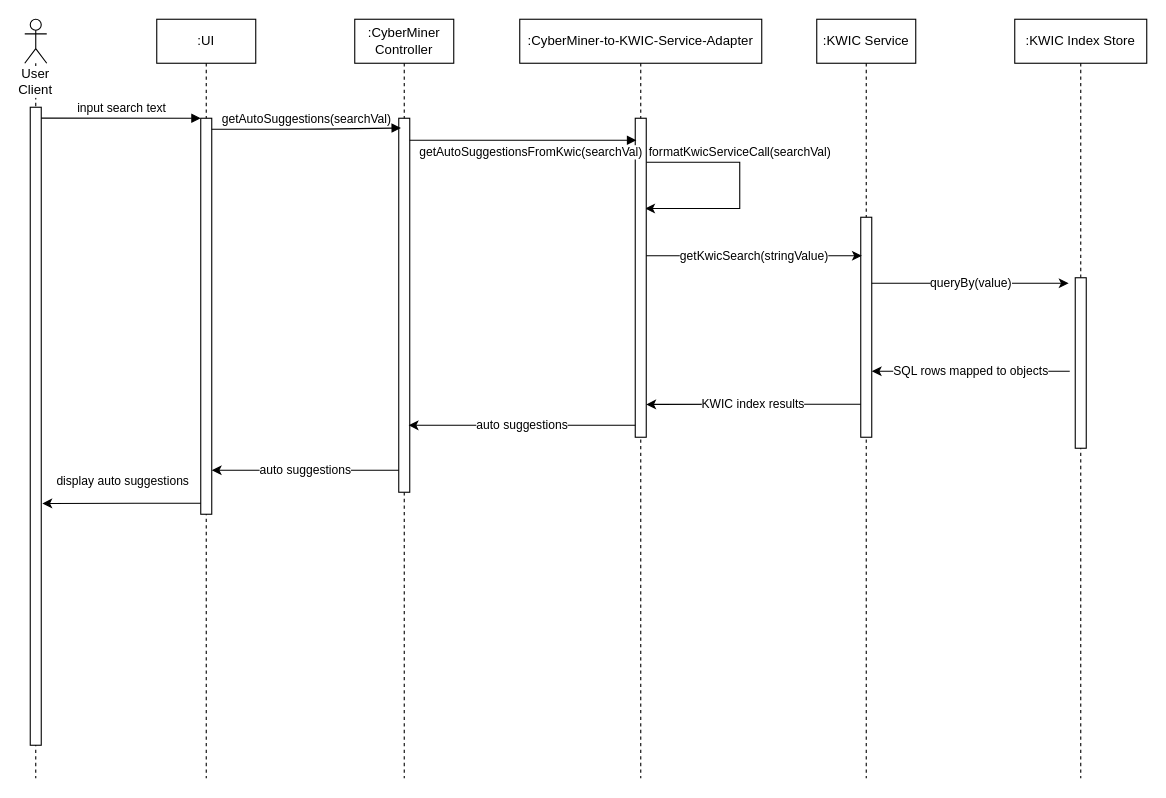
This is To-Do List Builder/cyberminer_sequence_autosuggest.drawio from kntnguyen94/To-Do-List-Builder, a draw.io file, before an edit. Source tidied: cells renumbered, new cells numbered last; positions are measured from the earlier drawing's top-left corner, leaving out a move shared by most shapes. Both pictures are drawn from the tidied source at 110%, with x=0, y=0 at pixel (24, 19).
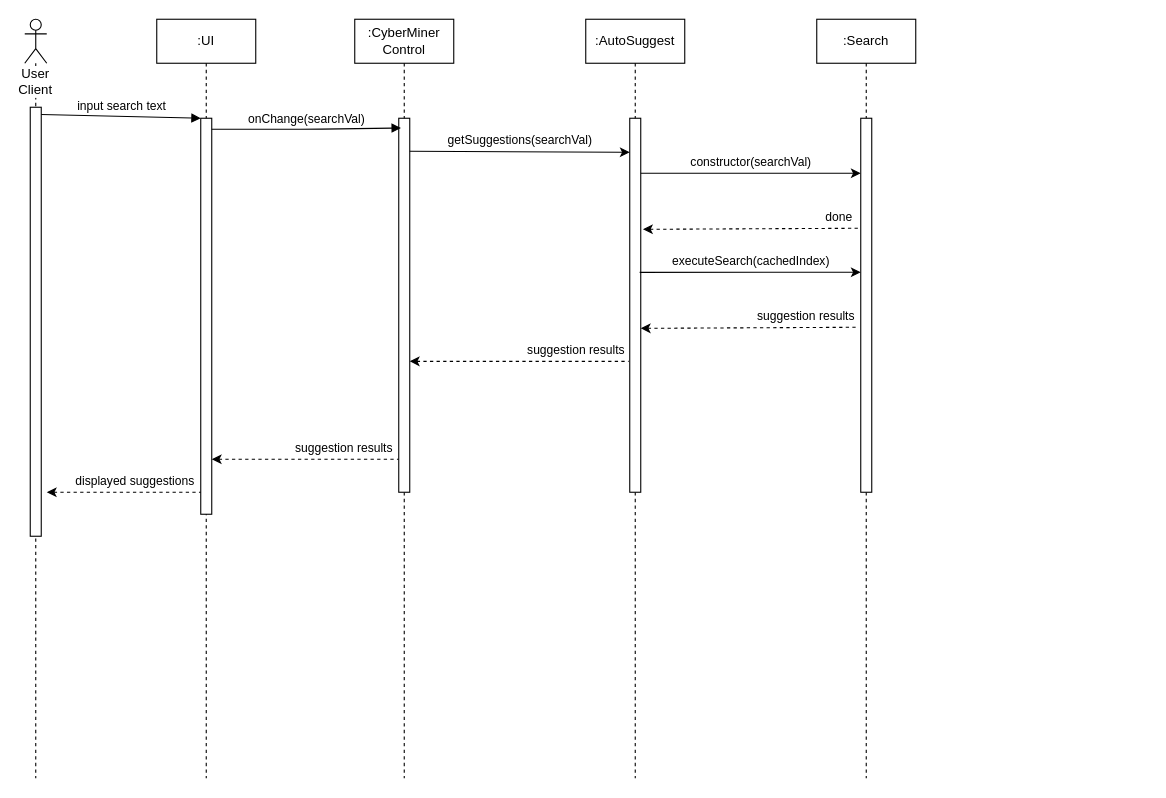
Above is the later version.

Unchanged cells that the change refers to:
```xml
<mxCell id="3" style="html=1;points=[];perimeter=orthogonalPerimeter;" parent="2" vertex="1">
  <mxGeometry x="40" y="90" width="10" height="360" as="geometry" />
</mxCell>
<mxCell id="4" value="User Client" style="shape=umlLifeline;participant=umlActor;perimeter=lifelinePerimeter;whiteSpace=wrap;html=1;verticalAlign=top;spacingTop=36;labelBackgroundColor=#ffffff;" parent="1" vertex="1">
  <mxGeometry width="20" height="690" as="geometry" />
</mxCell>
<mxCell id="8" style="html=1;points=[];perimeter=orthogonalPerimeter;" parent="7" vertex="1">
  <mxGeometry x="40" y="90" width="10" height="340" as="geometry" />
</mxCell>
```

The edit, as a diff of the source:
```diff
@@
     <mxCell id="5" style="html=1;points=[];perimeter=orthogonalPerimeter;" parent="4" vertex="1">
-      <mxGeometry x="5" y="80" width="10" height="580" as="geometry" />
+      <mxGeometry x="5" y="80" width="10" height="390" as="geometry" />
     </mxCell>
@@
-    <mxCell id="7" value=":CyberMiner Controller" style="shape=umlLifeline;perimeter=lifelinePerimeter;whiteSpace=wrap;html=1;" parent="1" vertex="1">
+    <mxCell id="7" value=":CyberMiner Control" style="shape=umlLifeline;perimeter=lifelinePerimeter;whiteSpace=wrap;html=1;" parent="1" vertex="1">
       <mxGeometry x="300" width="90" height="690" as="geometry" />
     </mxCell>
@@
-    <mxCell id="9" value=":KWIC Service" style="shape=umlLifeline;perimeter=lifelinePerimeter;whiteSpace=wrap;html=1;" parent="1" vertex="1">
-      <mxGeometry x="720" width="90" height="690" as="geometry" />
-    </mxCell>
-    <mxCell id="10" style="html=1;points=[];perimeter=orthogonalPerimeter;" parent="9" vertex="1">
-      <mxGeometry x="40" y="180" width="10" height="200" as="geometry" />
-    </mxCell>
-    <mxCell id="11" value=":KWIC Index Store" style="shape=umlLifeline;perimeter=lifelinePerimeter;whiteSpace=wrap;html=1;" parent="1" vertex="1">
-      <mxGeometry x="900" width="120" height="690" as="geometry" />
-    </mxCell>
-    <mxCell id="12" style="html=1;perimeter=orthogonalPerimeter;" parent="11" vertex="1">
-      <mxGeometry x="55" y="235" width="10" height="155" as="geometry" />
-    </mxCell>
-    <mxCell id="13" value="getAutoSuggestions(searchVal)" style="html=1;verticalAlign=bottom;endArrow=block;entryX=0.2;entryY=0.026;entryDx=0;entryDy=0;entryPerimeter=0;" parent="1" edge="1" source="3" target="8">
+    <mxCell id="13" value="onChange(searchVal)" style="html=1;verticalAlign=bottom;endArrow=block;entryX=0.2;entryY=0.026;entryDx=0;entryDy=0;entryPerimeter=0;" parent="1" edge="1" source="3" target="8">
       <mxGeometry relative="1" as="geometry">
         <Array as="points">
           <mxPoint x="260" y="100" />
         </Array>
       </mxGeometry>
     </mxCell>
-    <mxCell id="14" value=":CyberMiner-to-KWIC-Service-Adapter" style="shape=umlLifeline;perimeter=lifelinePerimeter;whiteSpace=wrap;html=1;" parent="1" vertex="1">
-      <mxGeometry x="450" width="220" height="690" as="geometry" />
-    </mxCell>
-    <mxCell id="15" value="formatKwicServiceCall(searchVal)" style="edgeStyle=orthogonalEdgeStyle;rounded=0;orthogonalLoop=1;jettySize=auto;html=1;entryX=0.9;entryY=0.283;entryDx=0;entryDy=0;entryPerimeter=0;" parent="14" edge="1" source="16" target="16">
-      <mxGeometry x="-0.19" y="10" relative="1" as="geometry">
-        <Array as="points">
-          <mxPoint x="200" y="130" />
-          <mxPoint x="200" y="172" />
-        </Array>
-        <mxPoint x="-10" y="-10" as="offset" />
-      </mxGeometry>
-    </mxCell>
-    <mxCell id="16" style="html=1;points=[];perimeter=orthogonalPerimeter;" parent="14" vertex="1">
-      <mxGeometry x="105" y="90" width="10" height="290" as="geometry" />
-    </mxCell>
-    <mxCell id="17" value="getAutoSuggestionsFromKwic(searchVal)" style="html=1;verticalAlign=bottom;endArrow=block;entryX=0.1;entryY=0.069;entryDx=0;entryDy=0;entryPerimeter=0;" parent="1" edge="1" target="16">
-      <mxGeometry x="0.07" y="-20" relative="1" as="geometry">
-        <mxPoint x="350" y="110" as="sourcePoint" />
-      </mxGeometry>
-    </mxCell>
-    <mxCell id="18" value="getKwicSearch(stringValue)" style="edgeStyle=orthogonalEdgeStyle;rounded=0;jettySize=auto;html=1;" parent="1" edge="1" source="16">
-      <mxGeometry relative="1" as="geometry">
-        <mxPoint x="761" y="215" as="targetPoint" />
-        <Array as="points">
-          <mxPoint x="761" y="215" />
-        </Array>
-      </mxGeometry>
-    </mxCell>
-    <mxCell id="19" value="queryBy(value)" style="edgeStyle=orthogonalEdgeStyle;rounded=0;jettySize=auto;html=1;" parent="1" edge="1" source="10">
-      <mxGeometry relative="1" as="geometry">
-        <mxPoint x="949" y="240" as="targetPoint" />
-        <Array as="points">
-          <mxPoint x="820" y="240" />
-          <mxPoint x="820" y="240" />
-        </Array>
-      </mxGeometry>
-    </mxCell>
-    <mxCell id="20" value="SQL rows mapped to objects" style="edgeStyle=orthogonalEdgeStyle;rounded=0;orthogonalLoop=1;jettySize=auto;html=1;entryX=1;entryY=0.766;entryDx=0;entryDy=0;entryPerimeter=0;" parent="1" edge="1">
-      <mxGeometry relative="1" as="geometry">
-        <mxPoint x="950" y="320" as="sourcePoint" />
-        <mxPoint x="770" y="320" as="targetPoint" />
-      </mxGeometry>
-    </mxCell>
-    <mxCell id="21" value="KWIC index results" style="edgeStyle=orthogonalEdgeStyle;rounded=0;jettySize=auto;html=1;entryX=1;entryY=0.897;entryDx=0;entryDy=0;entryPerimeter=0;" parent="1" edge="1" source="10" target="16">
-      <mxGeometry relative="1" as="geometry">
-        <Array as="points">
-          <mxPoint x="710" y="350" />
-          <mxPoint x="710" y="350" />
-        </Array>
-      </mxGeometry>
-    </mxCell>
-    <mxCell id="22" value="auto suggestions" style="edgeStyle=orthogonalEdgeStyle;rounded=0;jettySize=auto;html=1;entryX=0.9;entryY=0.821;entryDx=0;entryDy=0;entryPerimeter=0;" parent="1" edge="1" source="16" target="8">
-      <mxGeometry relative="1" as="geometry">
-        <Array as="points">
-          <mxPoint x="490" y="370" />
-        </Array>
-      </mxGeometry>
-    </mxCell>
-    <mxCell id="23" value="auto suggestions" style="edgeStyle=orthogonalEdgeStyle;rounded=0;jettySize=auto;html=1;entryX=1;entryY=0.889;entryDx=0;entryDy=0;entryPerimeter=0;" parent="1" edge="1" source="8" target="3">
-      <mxGeometry relative="1" as="geometry">
-        <Array as="points">
-          <mxPoint x="290" y="410" />
-          <mxPoint x="290" y="410" />
-        </Array>
-      </mxGeometry>
-    </mxCell>
-    <mxCell id="24" value="display auto suggestions" style="edgeStyle=orthogonalEdgeStyle;rounded=0;jettySize=auto;html=1;entryX=1.1;entryY=0.621;entryDx=0;entryDy=0;entryPerimeter=0;" parent="1" edge="1" source="3" target="5">
-      <mxGeometry x="-0.01" y="-20" relative="1" as="geometry">
-        <Array as="points">
-          <mxPoint x="100" y="440" />
-          <mxPoint x="100" y="440" />
-        </Array>
-      </mxGeometry>
-    </mxCell>
+    <mxCell id="25" value=":AutoSuggest" style="shape=umlLifeline;perimeter=lifelinePerimeter;whiteSpace=wrap;html=1;" parent="1" vertex="1">
+      <mxGeometry x="510" width="90" height="690" as="geometry" />
+    </mxCell>
+    <mxCell id="26" style="html=1;points=[];perimeter=orthogonalPerimeter;" parent="25" vertex="1">
+      <mxGeometry x="40" y="90" width="10" height="340" as="geometry" />
+    </mxCell>
+    <mxCell id="27" value="getSuggestions(searchVal)" style="endArrow=classic;html=1;entryX=0;entryY=0.091;entryDx=0;entryDy=0;entryPerimeter=0;" parent="1" edge="1" target="26">
+      <mxGeometry y="10" relative="1" as="geometry">
+        <mxPoint x="350" y="120" as="sourcePoint" />
+      </mxGeometry>
+    </mxCell>
+    <mxCell id="28" value="constructor(searchVal)" style="endArrow=classic;html=1;" parent="1" edge="1">
+      <mxGeometry y="10" relative="1" as="geometry">
+        <mxPoint x="560" y="140" as="sourcePoint" />
+        <mxPoint x="760" y="140" as="targetPoint" />
+      </mxGeometry>
+    </mxCell>
+    <mxCell id="29" value=":Search" style="shape=umlLifeline;perimeter=lifelinePerimeter;whiteSpace=wrap;html=1;" parent="1" vertex="1">
+      <mxGeometry x="720" width="90" height="690" as="geometry" />
+    </mxCell>
+    <mxCell id="30" style="html=1;perimeter=orthogonalPerimeter;" parent="29" vertex="1">
+      <mxGeometry x="40" y="90" width="10" height="340" as="geometry" />
+    </mxCell>
+    <mxCell id="31" value="done" style="endArrow=none;dashed=1;html=1;exitX=1.2;exitY=0.297;exitDx=0;exitDy=0;exitPerimeter=0;startArrow=classic;startFill=1;" parent="1" edge="1" source="26">
+      <mxGeometry x="0.8" y="10" relative="1" as="geometry">
+        <mxPoint x="760" y="190" as="targetPoint" />
+      </mxGeometry>
+    </mxCell>
+    <mxCell id="32" value="executeSearch(cachedIndex)" style="endArrow=classic;html=1;exitX=0.9;exitY=0.412;exitDx=0;exitDy=0;exitPerimeter=0;" parent="1" edge="1" source="26">
+      <mxGeometry y="10" relative="1" as="geometry">
+        <mxPoint x="760" y="230" as="targetPoint" />
+      </mxGeometry>
+    </mxCell>
+    <mxCell id="33" value="suggestion results" style="endArrow=none;dashed=1;html=1;exitX=1.2;exitY=0.297;exitDx=0;exitDy=0;exitPerimeter=0;startArrow=classic;startFill=1;" parent="1" edge="1">
+      <mxGeometry x="0.52" y="10" relative="1" as="geometry">
+        <mxPoint x="560" y="281" as="sourcePoint" />
+        <mxPoint x="758" y="280" as="targetPoint" />
+      </mxGeometry>
+    </mxCell>
+    <mxCell id="34" value="suggestion results" style="endArrow=none;dashed=1;html=1;exitX=1.2;exitY=0.297;exitDx=0;exitDy=0;exitPerimeter=0;startArrow=classic;startFill=1;entryX=-0.1;entryY=0.65;entryDx=0;entryDy=0;entryPerimeter=0;" parent="1" edge="1" target="26">
+      <mxGeometry x="0.52" y="10" relative="1" as="geometry">
+        <mxPoint x="350" y="311" as="sourcePoint" />
+      </mxGeometry>
+    </mxCell>
+    <mxCell id="35" value="suggestion results" style="endArrow=none;dashed=1;html=1;exitX=1.2;exitY=0.297;exitDx=0;exitDy=0;exitPerimeter=0;startArrow=classic;startFill=1;" parent="1" edge="1">
+      <mxGeometry x="0.41" y="10" relative="1" as="geometry">
+        <mxPoint x="170" y="400" as="sourcePoint" />
+        <mxPoint x="340" y="400" as="targetPoint" />
+      </mxGeometry>
+    </mxCell>
+    <mxCell id="36" value="displayed suggestions" style="endArrow=none;dashed=1;html=1;startArrow=classic;startFill=1;" parent="1" edge="1">
+      <mxGeometry x="0.14" y="10" relative="1" as="geometry">
+        <mxPoint x="20" y="430" as="sourcePoint" />
+        <mxPoint x="160" y="430" as="targetPoint" />
+      </mxGeometry>
+    </mxCell>
```
